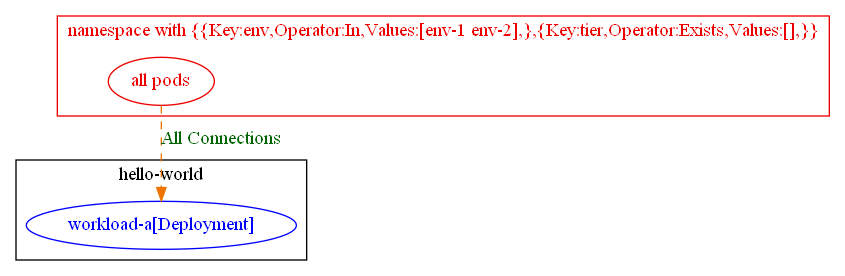
Above: test_outputs/connlist/exposure_test_with_multiple_policies_1_exposure_output.dot.png in np-guard/netpol-analyzer (Graphviz), before the change. Its source is kept beside it as test_outputs/connlist/exposure_test_with_multiple_policies_1_exposure_output.dot.
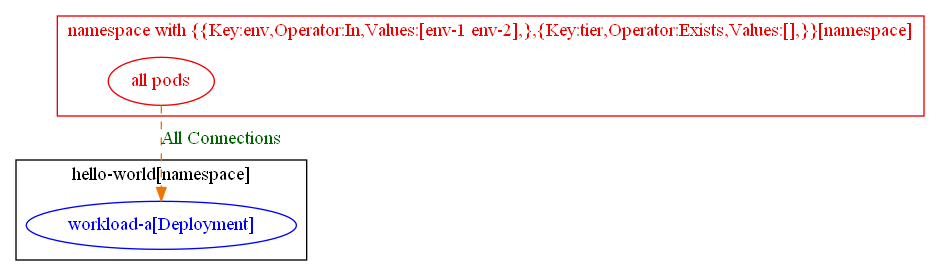
Later version of the same file.

Diff of the diagram source:
```diff
@@ -1,15 +1,15 @@
 digraph {
-	subgraph "cluster_hello_world" {
+	subgraph "cluster_hello_world[namespace]" {
 		color="black"
 		fontcolor="black"
 		"hello-world/workload-a[Deployment]" [label="workload-a[Deployment]" color="blue" fontcolor="blue"]
-		label="hello-world"
+		label="hello-world[namespace]"
 	}
-	subgraph "cluster_namespace with {{Key:env,Operator:In,Values:[env_1 env_2],},{Key:tier,Operator:Exists,Values:[],}}" {
+	subgraph "cluster_namespace with {{Key:env,Operator:In,Values:[env_1 env_2],},{Key:tier,Operator:Exists,Values:[],}}[namespace]" {
 		color="red2"
 		fontcolor="red2"
 		"all pods_in_namespace with {{Key:env,Operator:In,Values:[env-1 env-2],},{Key:tier,Operator:Exists,Values:[],}}" [label="all pods" color="red2" fontcolor="red2"]
-		label="namespace with {{Key:env,Operator:In,Values:[env-1 env-2],},{Key:tier,Operator:Exists,Values:[],}}"
+		label="namespace with {{Key:env,Operator:In,Values:[env-1 env-2],},{Key:tier,Operator:Exists,Values:[],}}[namespace]"
 	}
 	"all pods_in_namespace with {{Key:env,Operator:In,Values:[env-1 env-2],},{Key:tier,Operator:Exists,Values:[],}}" -> "hello-world/workload-a[Deployment]" [label="All Connections" color="darkorange2" fontcolor="darkgreen" weight=1 style=dashed]
 }
```
